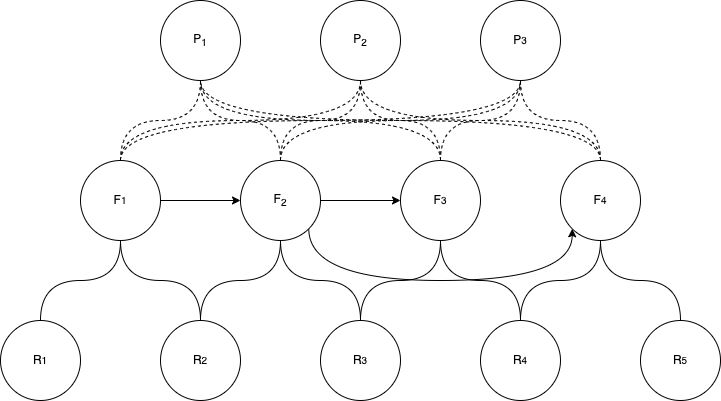
Earlier version of the draw.io export publication_2/images/graph.png (Dambr/yewking). Source tidied: cells renumbered, new cells last; positions are measured from the earlier drawing's top-left corner, leaving out a move shared by most shapes. The source it was exported from:
```xml
<mxGraphModel>
  <root>
    <mxCell id="0" />
    <mxCell id="1" parent="0" />
    <mxCell id="2" value="P&lt;sub&gt;1&lt;/sub&gt;" style="ellipse;whiteSpace=wrap;html=1;" parent="1" vertex="1">
      <mxGeometry x="160" width="80" height="80" as="geometry" />
    </mxCell>
    <mxCell id="3" value="P&lt;sub&gt;2&lt;/sub&gt;" style="ellipse;whiteSpace=wrap;html=1;" parent="1" vertex="1">
      <mxGeometry x="320" width="80" height="80" as="geometry" />
    </mxCell>
    <mxCell id="4" value="P&lt;span style=&quot;font-size: 10px;&quot;&gt;3&lt;/span&gt;" style="ellipse;whiteSpace=wrap;html=1;" parent="1" vertex="1">
      <mxGeometry x="480" width="80" height="80" as="geometry" />
    </mxCell>
    <mxCell id="5" style="edgeStyle=orthogonalEdgeStyle;curved=1;rounded=0;jettySize=auto;html=1;exitX=1;exitY=0.5;exitDx=0;exitDy=0;entryX=0;entryY=0.5;entryDx=0;entryDy=0;" parent="1" edge="1" source="10" target="19">
      <mxGeometry relative="1" as="geometry" />
    </mxCell>
    <mxCell id="6" style="edgeStyle=orthogonalEdgeStyle;curved=1;rounded=0;jettySize=auto;html=1;exitX=1;exitY=1;exitDx=0;exitDy=0;entryX=0;entryY=1;entryDx=0;entryDy=0;elbow=vertical;" parent="1" edge="1" source="10" target="23">
      <mxGeometry relative="1" as="geometry">
        <Array as="points">
          <mxPoint x="308" y="280" />
          <mxPoint x="572" y="280" />
        </Array>
      </mxGeometry>
    </mxCell>
    <mxCell id="7" style="edgeStyle=orthogonalEdgeStyle;curved=1;rounded=0;jettySize=auto;html=1;exitX=0.5;exitY=0;exitDx=0;exitDy=0;entryX=0.5;entryY=1;entryDx=0;entryDy=0;elbow=vertical;dashed=1;endArrow=none;endFill=0;" parent="1" edge="1" source="10" target="2">
      <mxGeometry relative="1" as="geometry" />
    </mxCell>
    <mxCell id="8" style="edgeStyle=orthogonalEdgeStyle;curved=1;rounded=0;jettySize=auto;html=1;exitX=0.5;exitY=0;exitDx=0;exitDy=0;entryX=0.5;entryY=1;entryDx=0;entryDy=0;elbow=vertical;endArrow=none;endFill=0;dashed=1;" parent="1" edge="1" source="10" target="3">
      <mxGeometry relative="1" as="geometry" />
    </mxCell>
    <mxCell id="9" style="edgeStyle=orthogonalEdgeStyle;curved=1;rounded=0;jettySize=auto;html=1;exitX=0.5;exitY=0;exitDx=0;exitDy=0;entryX=0.5;entryY=1;entryDx=0;entryDy=0;elbow=vertical;endArrow=none;endFill=0;dashed=1;" parent="1" edge="1" source="10" target="4">
      <mxGeometry relative="1" as="geometry" />
    </mxCell>
    <mxCell id="10" value="F&lt;sub&gt;2&lt;/sub&gt;" style="ellipse;whiteSpace=wrap;html=1;" parent="1" vertex="1">
      <mxGeometry x="240" y="160" width="80" height="80" as="geometry" />
    </mxCell>
    <mxCell id="11" style="edgeStyle=orthogonalEdgeStyle;curved=1;rounded=0;jettySize=auto;html=1;exitX=1;exitY=0.5;exitDx=0;exitDy=0;entryX=0;entryY=0.5;entryDx=0;entryDy=0;" parent="1" edge="1" source="15" target="10">
      <mxGeometry relative="1" as="geometry" />
    </mxCell>
    <mxCell id="12" style="edgeStyle=orthogonalEdgeStyle;curved=1;rounded=0;jettySize=auto;html=1;exitX=0.5;exitY=0;exitDx=0;exitDy=0;entryX=0.5;entryY=1;entryDx=0;entryDy=0;elbow=vertical;endArrow=none;endFill=0;dashed=1;" parent="1" edge="1" source="15" target="2">
      <mxGeometry relative="1" as="geometry" />
    </mxCell>
    <mxCell id="13" style="edgeStyle=orthogonalEdgeStyle;curved=1;rounded=0;jettySize=auto;html=1;exitX=0.5;exitY=0;exitDx=0;exitDy=0;entryX=0.5;entryY=1;entryDx=0;entryDy=0;elbow=vertical;endArrow=none;endFill=0;dashed=1;" parent="1" edge="1" source="15" target="3">
      <mxGeometry relative="1" as="geometry" />
    </mxCell>
    <mxCell id="14" style="edgeStyle=orthogonalEdgeStyle;curved=1;rounded=0;jettySize=auto;html=1;exitX=0.5;exitY=0;exitDx=0;exitDy=0;entryX=0.5;entryY=1;entryDx=0;entryDy=0;elbow=vertical;endArrow=none;endFill=0;dashed=1;" parent="1" edge="1" source="15" target="4">
      <mxGeometry relative="1" as="geometry" />
    </mxCell>
    <mxCell id="15" value="F&lt;span style=&quot;font-size: 10px;&quot;&gt;1&lt;/span&gt;" style="ellipse;whiteSpace=wrap;html=1;" parent="1" vertex="1">
      <mxGeometry x="80" y="160" width="80" height="80" as="geometry" />
    </mxCell>
    <mxCell id="16" style="edgeStyle=orthogonalEdgeStyle;curved=1;rounded=0;jettySize=auto;html=1;exitX=0.5;exitY=0;exitDx=0;exitDy=0;entryX=0.5;entryY=1;entryDx=0;entryDy=0;elbow=vertical;endArrow=none;endFill=0;dashed=1;" parent="1" edge="1" source="19" target="2">
      <mxGeometry relative="1" as="geometry" />
    </mxCell>
    <mxCell id="17" style="edgeStyle=orthogonalEdgeStyle;curved=1;rounded=0;jettySize=auto;html=1;exitX=0.5;exitY=0;exitDx=0;exitDy=0;entryX=0.5;entryY=1;entryDx=0;entryDy=0;elbow=vertical;endArrow=none;endFill=0;dashed=1;" parent="1" edge="1" source="19" target="3">
      <mxGeometry relative="1" as="geometry" />
    </mxCell>
    <mxCell id="18" style="edgeStyle=orthogonalEdgeStyle;curved=1;rounded=0;jettySize=auto;html=1;exitX=0.5;exitY=0;exitDx=0;exitDy=0;entryX=0.5;entryY=1;entryDx=0;entryDy=0;elbow=vertical;endArrow=none;endFill=0;dashed=1;" parent="1" edge="1" source="19" target="4">
      <mxGeometry relative="1" as="geometry" />
    </mxCell>
    <mxCell id="19" value="F&lt;span style=&quot;font-size: 10px;&quot;&gt;3&lt;/span&gt;" style="ellipse;whiteSpace=wrap;html=1;" parent="1" vertex="1">
      <mxGeometry x="400" y="160" width="80" height="80" as="geometry" />
    </mxCell>
    <mxCell id="20" style="edgeStyle=orthogonalEdgeStyle;curved=1;rounded=0;jettySize=auto;html=1;exitX=0.5;exitY=0;exitDx=0;exitDy=0;entryX=0.5;entryY=1;entryDx=0;entryDy=0;elbow=vertical;endArrow=none;endFill=0;dashed=1;" parent="1" edge="1" source="23" target="2">
      <mxGeometry relative="1" as="geometry" />
    </mxCell>
    <mxCell id="21" style="edgeStyle=orthogonalEdgeStyle;curved=1;rounded=0;jettySize=auto;html=1;exitX=0.5;exitY=0;exitDx=0;exitDy=0;entryX=0.5;entryY=1;entryDx=0;entryDy=0;elbow=vertical;endArrow=none;endFill=0;dashed=1;" parent="1" edge="1" source="23" target="3">
      <mxGeometry relative="1" as="geometry" />
    </mxCell>
    <mxCell id="22" style="edgeStyle=orthogonalEdgeStyle;curved=1;rounded=0;jettySize=auto;html=1;exitX=0.5;exitY=0;exitDx=0;exitDy=0;entryX=0.5;entryY=1;entryDx=0;entryDy=0;elbow=vertical;endArrow=none;endFill=0;dashed=1;" parent="1" edge="1" source="23" target="4">
      <mxGeometry relative="1" as="geometry" />
    </mxCell>
    <mxCell id="23" value="F&lt;span style=&quot;font-size: 10px;&quot;&gt;4&lt;/span&gt;" style="ellipse;whiteSpace=wrap;html=1;" parent="1" vertex="1">
      <mxGeometry x="560" y="160" width="80" height="80" as="geometry" />
    </mxCell>
    <mxCell id="24" style="edgeStyle=orthogonalEdgeStyle;curved=1;rounded=0;jettySize=auto;html=1;exitX=0.5;exitY=0;exitDx=0;exitDy=0;entryX=0.5;entryY=1;entryDx=0;entryDy=0;endArrow=none;endFill=0;" parent="1" edge="1" source="25" target="15">
      <mxGeometry relative="1" as="geometry" />
    </mxCell>
    <mxCell id="25" value="R&lt;span style=&quot;font-size: 10px;&quot;&gt;1&lt;/span&gt;" style="ellipse;whiteSpace=wrap;html=1;" parent="1" vertex="1">
      <mxGeometry y="320" width="80" height="80" as="geometry" />
    </mxCell>
    <mxCell id="26" style="edgeStyle=orthogonalEdgeStyle;curved=1;rounded=0;jettySize=auto;html=1;exitX=0.5;exitY=0;exitDx=0;exitDy=0;entryX=0.5;entryY=1;entryDx=0;entryDy=0;endArrow=none;endFill=0;" parent="1" edge="1" source="28" target="15">
      <mxGeometry relative="1" as="geometry" />
    </mxCell>
    <mxCell id="27" style="edgeStyle=orthogonalEdgeStyle;curved=1;rounded=0;jettySize=auto;html=1;exitX=0.5;exitY=0;exitDx=0;exitDy=0;entryX=0.5;entryY=1;entryDx=0;entryDy=0;endArrow=none;endFill=0;" parent="1" edge="1" source="28" target="10">
      <mxGeometry relative="1" as="geometry" />
    </mxCell>
    <mxCell id="28" value="R&lt;span style=&quot;font-size: 10px;&quot;&gt;2&lt;/span&gt;" style="ellipse;whiteSpace=wrap;html=1;" parent="1" vertex="1">
      <mxGeometry x="160" y="320" width="80" height="80" as="geometry" />
    </mxCell>
    <mxCell id="29" style="edgeStyle=orthogonalEdgeStyle;curved=1;rounded=0;jettySize=auto;html=1;exitX=0.5;exitY=0;exitDx=0;exitDy=0;entryX=0.5;entryY=1;entryDx=0;entryDy=0;endArrow=none;endFill=0;" parent="1" edge="1" source="31" target="10">
      <mxGeometry relative="1" as="geometry" />
    </mxCell>
    <mxCell id="30" style="edgeStyle=orthogonalEdgeStyle;curved=1;rounded=0;jettySize=auto;html=1;exitX=0.5;exitY=0;exitDx=0;exitDy=0;entryX=0.5;entryY=1;entryDx=0;entryDy=0;endArrow=none;endFill=0;" parent="1" edge="1" source="31" target="19">
      <mxGeometry relative="1" as="geometry" />
    </mxCell>
    <mxCell id="31" value="R&lt;span style=&quot;font-size: 10px;&quot;&gt;3&lt;/span&gt;" style="ellipse;whiteSpace=wrap;html=1;" parent="1" vertex="1">
      <mxGeometry x="320" y="320" width="80" height="80" as="geometry" />
    </mxCell>
    <mxCell id="32" style="edgeStyle=orthogonalEdgeStyle;curved=1;rounded=0;jettySize=auto;html=1;exitX=0.5;exitY=0;exitDx=0;exitDy=0;entryX=0.5;entryY=1;entryDx=0;entryDy=0;endArrow=none;endFill=0;" parent="1" edge="1" source="34" target="19">
      <mxGeometry relative="1" as="geometry" />
    </mxCell>
    <mxCell id="33" style="edgeStyle=orthogonalEdgeStyle;curved=1;rounded=0;jettySize=auto;html=1;exitX=0.5;exitY=0;exitDx=0;exitDy=0;entryX=0.5;entryY=1;entryDx=0;entryDy=0;endArrow=none;endFill=0;" parent="1" edge="1" source="34" target="23">
      <mxGeometry relative="1" as="geometry" />
    </mxCell>
    <mxCell id="34" value="R&lt;span style=&quot;font-size: 10px;&quot;&gt;4&lt;/span&gt;" style="ellipse;whiteSpace=wrap;html=1;" parent="1" vertex="1">
      <mxGeometry x="480" y="320" width="80" height="80" as="geometry" />
    </mxCell>
    <mxCell id="35" style="edgeStyle=orthogonalEdgeStyle;curved=1;rounded=0;jettySize=auto;html=1;exitX=0.5;exitY=0;exitDx=0;exitDy=0;entryX=0.5;entryY=1;entryDx=0;entryDy=0;endArrow=none;endFill=0;" parent="1" edge="1" source="36" target="23">
      <mxGeometry relative="1" as="geometry" />
    </mxCell>
    <mxCell id="36" value="R&lt;span style=&quot;font-size: 10px;&quot;&gt;5&lt;/span&gt;" style="ellipse;whiteSpace=wrap;html=1;" parent="1" vertex="1">
      <mxGeometry x="640" y="320" width="80" height="80" as="geometry" />
    </mxCell>
  </root>
</mxGraphModel>
```
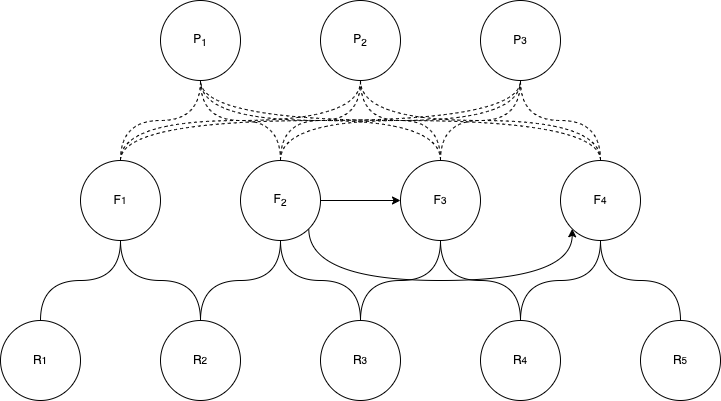
After the commit.

The edit, as a diff of the source:
```diff
@@ -34,9 +34,6 @@
     <mxCell id="10" value="F&lt;sub&gt;2&lt;/sub&gt;" style="ellipse;whiteSpace=wrap;html=1;" parent="1" vertex="1">
       <mxGeometry x="240" y="160" width="80" height="80" as="geometry" />
     </mxCell>
-    <mxCell id="11" style="edgeStyle=orthogonalEdgeStyle;curved=1;rounded=0;jettySize=auto;html=1;exitX=1;exitY=0.5;exitDx=0;exitDy=0;entryX=0;entryY=0.5;entryDx=0;entryDy=0;" parent="1" edge="1" source="15" target="10">
-      <mxGeometry relative="1" as="geometry" />
-    </mxCell>
     <mxCell id="12" style="edgeStyle=orthogonalEdgeStyle;curved=1;rounded=0;jettySize=auto;html=1;exitX=0.5;exitY=0;exitDx=0;exitDy=0;entryX=0.5;entryY=1;entryDx=0;entryDy=0;elbow=vertical;endArrow=none;endFill=0;dashed=1;" parent="1" edge="1" source="15" target="2">
       <mxGeometry relative="1" as="geometry" />
     </mxCell>
```
